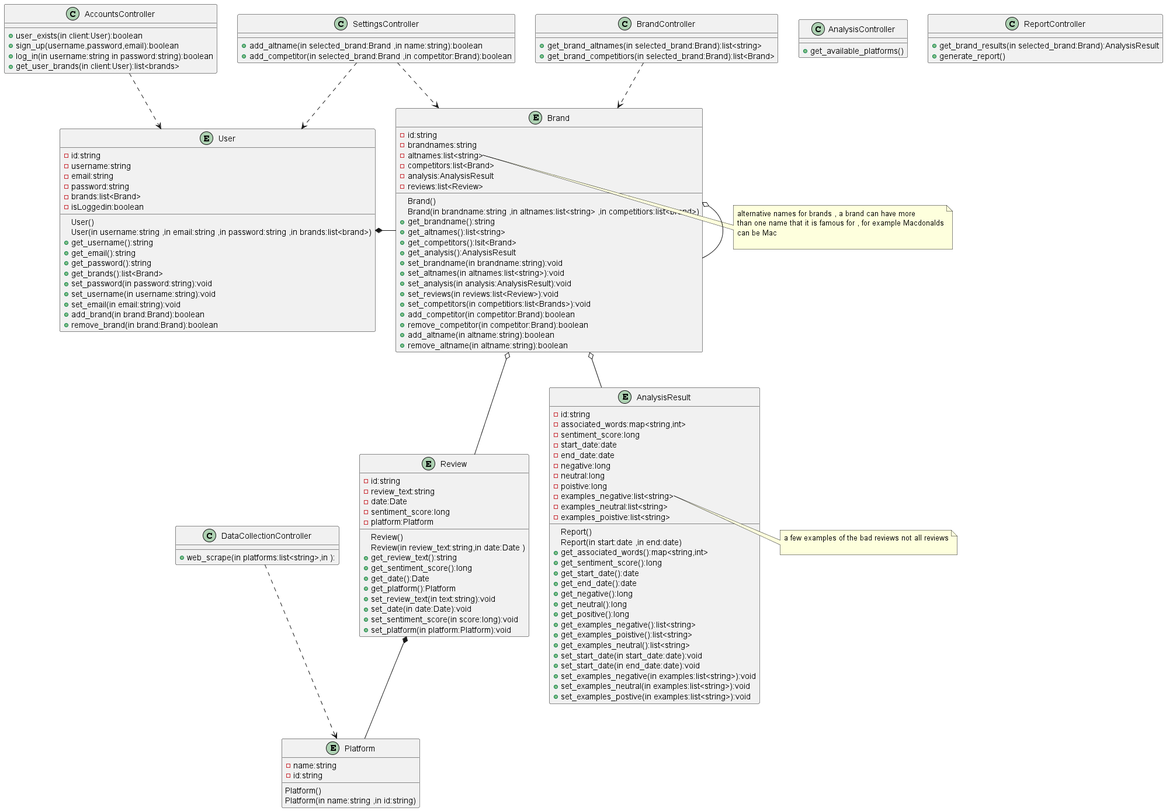
NadaaSelim/GP keeps this PlantUML diagram as out/Graphs/class_diagram/class_diagram.png. Above is the earlier version.
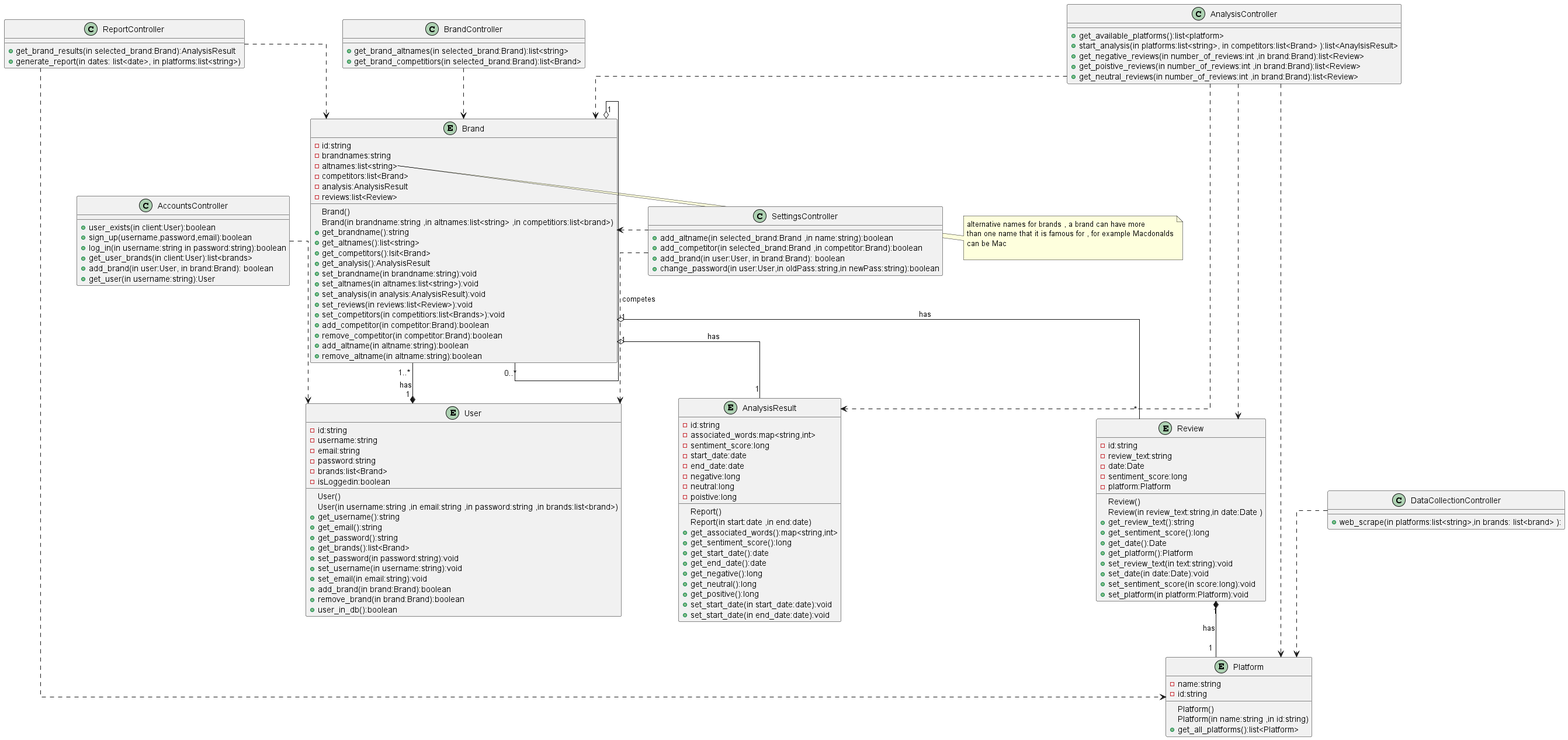
After the change.

Commit message:
class diagram

Diff of the diagram source:
```diff
@@ -1,4 +1,5 @@
 @startuml
+skinparam linetype ortho
 
 entity User{
     -id:string
@@ -18,6 +19,7 @@
     +set_email(in email:string):void
     +add_brand(in brand:Brand):boolean
     +remove_brand(in brand:Brand):boolean
+    +user_in_db():boolean
 }
 
 entity Brand{
@@ -63,9 +65,6 @@
     -negative:long
     -neutral:long
     -poistive:long
-    -examples_negative:list<string>
-    -examples_neutral:list<string>
-    -examples_poistive:list<string>
     Report()
     Report(in start:date ,in end:date)
     +get_associated_words():map<string,int>
@@ -75,14 +74,9 @@
     +get_negative():long
     +get_neutral():long
     +get_positive():long
-    +get_examples_negative():list<string>
-    +get_examples_poistive():list<string>
-    +get_examples_neutral():list<string>
     +set_start_date(in start_date:date):void
     +set_start_date(in end_date:date):void
-    +set_examples_negative(in examples:list<string>):void
-    +set_examples_neutral(in examples:list<string>):void
-    +set_examples_postive(in examples:list<string>):void
+
 }
 
 note right of AnalysisResult::examples_negative
@@ -97,7 +91,8 @@
     +sign_up(username,password,email):boolean
     +log_in(in username:string in password:string):boolean
     +get_user_brands(in client:User):list<brands>
-
+    +add_brand(in user:User, in brand:Brand): boolean
+    +get_user(in username:string):User
 
 
 }
@@ -105,8 +100,8 @@
 class SettingsController{
     +add_altname(in selected_brand:Brand ,in name:string):boolean
     +add_competitor(in selected_brand:Brand ,in competitor:Brand):boolean
-
-
+    +add_brand(in user:User, in brand:Brand): boolean
+    +change_password(in user:User,in oldPass:string,in newPass:string):boolean
 }
 
 class BrandController{
@@ -117,17 +112,21 @@
 }
 
 class AnalysisController{
-    +get_available_platforms()
+    +get_available_platforms():list<platform>
+    +start_analysis(in platforms:list<string>, in competitors:list<Brand> ):list<AnaylsisResult>
+    +get_negative_reviews(in number_of_reviews:int ,in brand:Brand):list<Review>
+    +get_poistive_reviews(in number_of_reviews:int ,in brand:Brand):list<Review>
+    +get_neutral_reviews(in number_of_reviews:int ,in brand:Brand):list<Review>
 
 }
 
 class DataCollectionController{
-    +web_scrape(in platforms:list<string>,in ):
+    +web_scrape(in platforms:list<string>,in brands: list<brand> ):
 }
 
 class ReportController{
     +get_brand_results(in selected_brand:Brand):AnalysisResult
-    +generate_report()
+    +generate_report(in dates: list<date>, in platforms:list<string>)
 }
 
 entity Platform{
@@ -135,6 +134,7 @@
     - id:string
     Platform()
     Platform(in name:string ,in id:string)
+    +get_all_platforms():list<Platform>
 }
 
 entity Review{
@@ -154,16 +154,22 @@
     +set_sentiment_score(in score:long):void
     +set_platform(in platform:Platform):void
 }
-Brand o-- Brand
-User *-right- Brand
-Brand o-- AnalysisResult
-Brand o-- Review
-Review *--Platform
+Brand  "1" o--"0..*" Brand:competes
+User   "1" *-right- "1..*" Brand:has
+Brand  "1" o-- "1" AnalysisResult:has
+Brand  "1" o-- "*" Review:has
+Review "1" *-- "1" Platform:has
 BrandController ..> Brand
 AccountsController ..> User
-SettingsController ..> Brand
+SettingsController .left.> Brand
 SettingsController ..> User
 DataCollectionController ..> Platform
+AnalysisController ..> Platform
+AnalysisController ..> Brand
+AnalysisController ..> AnalysisResult
+AnalysisController ..> Review
+ReportController ..> Platform
+ReportController ..> Brand
 
 
 
```
